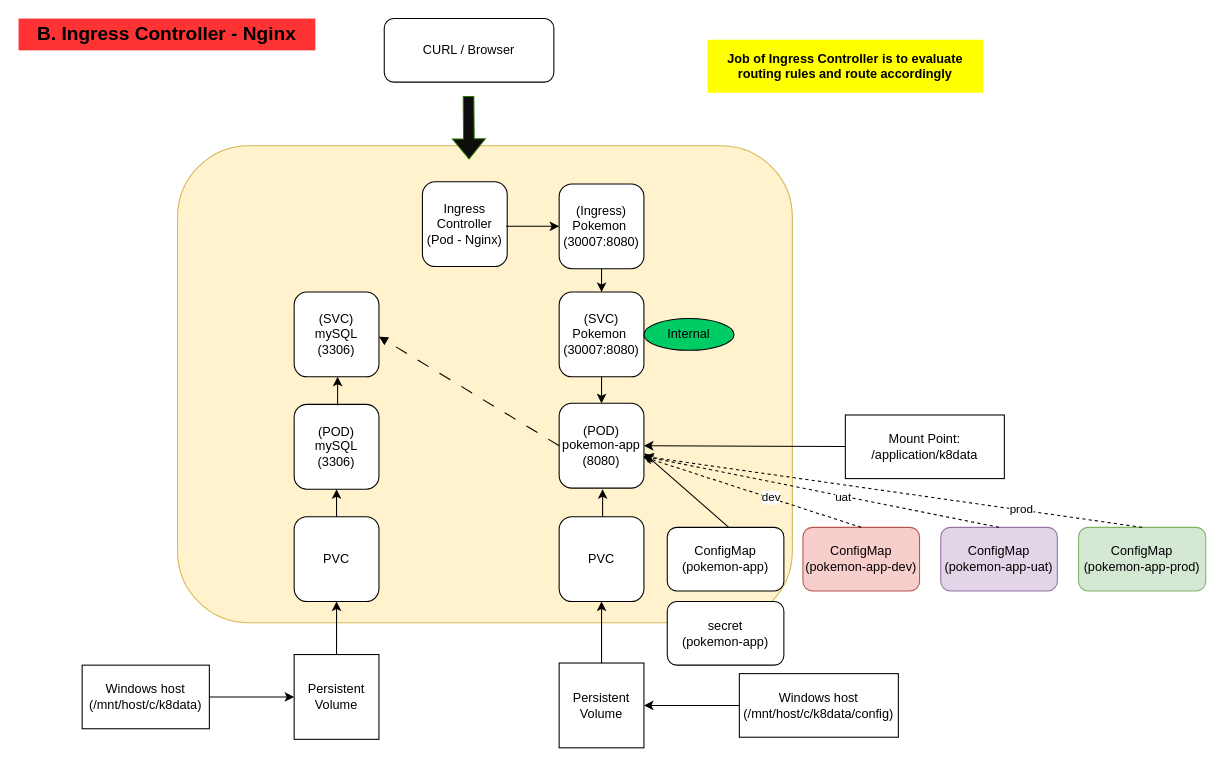
bourgamb/pokemon_album_service keeps this draw.io diagram as page "B. Ingress Resource" (2 of 2) of Untitled Diagram.drawio. Above is the earlier version. Source tidied: cells renumbered, new cells numbered last; positions are measured from the earlier drawing's top-left corner, leaving out a move shared by most shapes. Both pictures are drawn from the tidied source at 106%, with x=0, y=0 at pixel (18, 18).
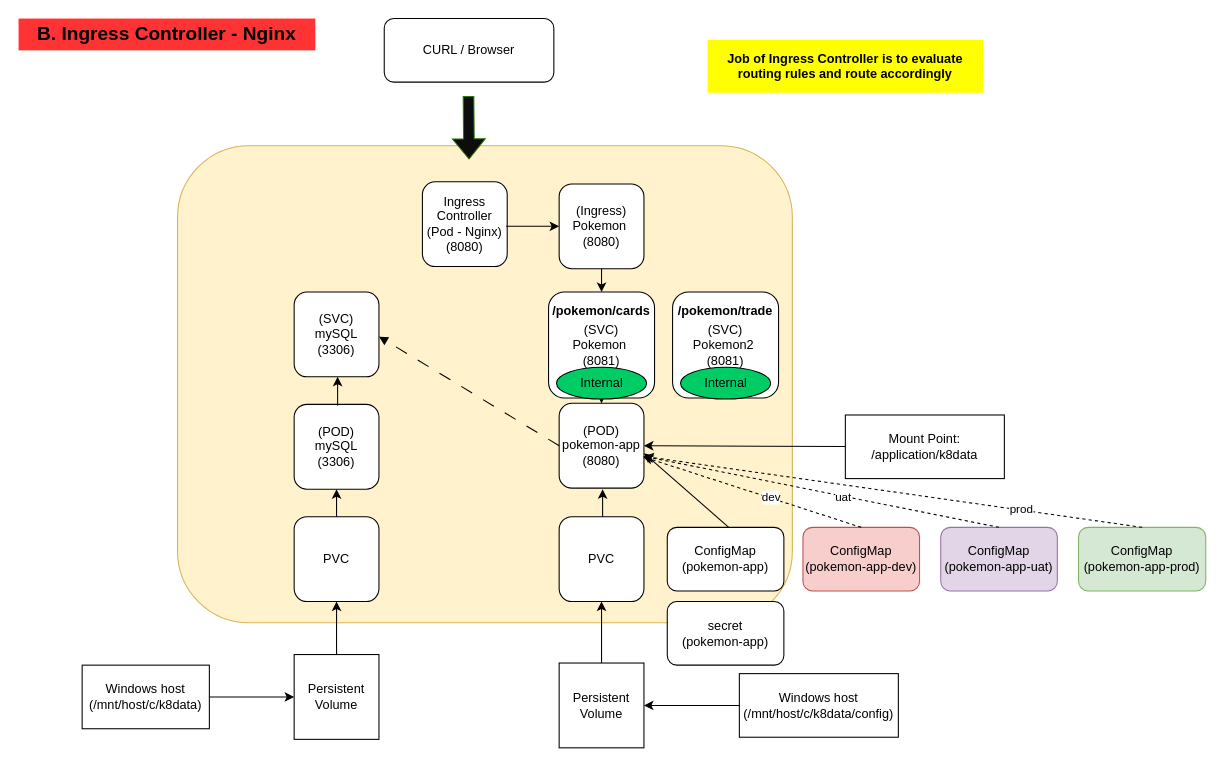
Above is the later version.

Unchanged cells that the change refers to:
```xml
<mxCell id="8" value="(POD)&lt;br&gt;pokemon-app&lt;br&gt;(8080)" style="whiteSpace=wrap;html=1;rounded=1;labelBackgroundColor=none;" parent="1" vertex="1">
  <mxGeometry x="510" y="363" width="80" height="80" as="geometry" />
</mxCell>
```

Diff of the diagram source:
```diff
@@
-    <mxCell id="9" value="(SVC)&lt;br&gt;Pokemon&amp;nbsp;&lt;br&gt;(30007:8080)" style="whiteSpace=wrap;html=1;rounded=1;labelBackgroundColor=none;" parent="1" vertex="1">
-      <mxGeometry x="510" y="258" width="80" height="80" as="geometry" />
+    <mxCell id="9" value="(SVC)&lt;br&gt;Pokemon&amp;nbsp;&lt;br&gt;(8081)" style="whiteSpace=wrap;html=1;rounded=1;labelBackgroundColor=none;" parent="1" vertex="1">
+      <mxGeometry x="500" y="258" width="100" height="100" as="geometry" />
     </mxCell>
@@
-    <mxCell id="17" style="endArrow=classic;html=1;rounded=0;exitX=0.5;exitY=1;exitDx=0;exitDy=0;entryX=0.5;entryY=0;entryDx=0;entryDy=0;" parent="1" edge="1" source="9" target="8">
+    <mxCell id="17" style="endArrow=classic;html=1;rounded=0;exitX=0.5;exitY=1;exitDx=0;exitDy=0;entryX=0.5;entryY=0;entryDx=0;entryDy=0;" parent="1" edge="1" source="41" target="8">
       <mxGeometry relative="1" as="geometry" />
     </mxCell>
@@
-    <mxCell id="39" value="(Ingress)&lt;br&gt;Pokemon&amp;nbsp;&lt;br&gt;(30007:8080)" style="whiteSpace=wrap;html=1;rounded=1;labelBackgroundColor=none;" parent="1" vertex="1">
+    <mxCell id="39" value="(Ingress)&lt;br&gt;Pokemon&amp;nbsp;&lt;br&gt;(8080)" style="whiteSpace=wrap;html=1;rounded=1;labelBackgroundColor=none;" parent="1" vertex="1">
       <mxGeometry x="510" y="156" width="80" height="80" as="geometry" />
     </mxCell>
@@
-    <mxCell id="41" value="Internal" style="ellipse;whiteSpace=wrap;html=1;fillColor=#00CC66;" parent="1" vertex="1">
-      <mxGeometry x="590" y="283" width="85" height="30" as="geometry" />
-    </mxCell>
-    <mxCell id="42" value="Ingress&lt;br&gt;Controller&lt;br&gt;(Pod - Nginx)" style="whiteSpace=wrap;html=1;rounded=1;labelBackgroundColor=none;" parent="1" vertex="1">
+    <mxCell id="42" value="Ingress&lt;br&gt;Controller&lt;br&gt;(Pod - Nginx)&lt;br&gt;(8080)" style="whiteSpace=wrap;html=1;rounded=1;labelBackgroundColor=none;" parent="1" vertex="1">
       <mxGeometry x="381" y="154" width="80" height="80" as="geometry" />
     </mxCell>
@@
+    <mxCell id="45" style="endArrow=classic;html=1;rounded=0;exitX=0.5;exitY=1;exitDx=0;exitDy=0;entryX=0.5;entryY=0;entryDx=0;entryDy=0;" parent="1" edge="1" source="9" target="41">
+      <mxGeometry relative="1" as="geometry" />
+    </mxCell>
+    <mxCell id="41" value="Internal" style="ellipse;whiteSpace=wrap;html=1;fillColor=#00CC66;" parent="1" vertex="1">
+      <mxGeometry x="507.5" y="329" width="85" height="30" as="geometry" />
+    </mxCell>
+    <mxCell id="46" value="/pokemon/cards" style="text;html=1;strokeColor=none;fillColor=none;align=center;verticalAlign=middle;whiteSpace=wrap;rounded=0;fontStyle=1;" parent="1" vertex="1">
+      <mxGeometry x="500" y="261" width="100" height="30" as="geometry" />
+    </mxCell>
+    <mxCell id="47" value="(SVC)&lt;br&gt;Pokemon2&amp;nbsp;&lt;br&gt;(8081)" style="whiteSpace=wrap;html=1;rounded=1;labelBackgroundColor=none;" parent="1" vertex="1">
+      <mxGeometry x="617" y="258" width="100" height="100" as="geometry" />
+    </mxCell>
+    <mxCell id="48" style="endArrow=classic;html=1;rounded=0;exitX=0.5;exitY=1;exitDx=0;exitDy=0;entryX=0.5;entryY=0;entryDx=0;entryDy=0;" parent="1" edge="1" source="47" target="49">
+      <mxGeometry relative="1" as="geometry" />
+    </mxCell>
+    <mxCell id="49" value="Internal" style="ellipse;whiteSpace=wrap;html=1;fillColor=#00CC66;" parent="1" vertex="1">
+      <mxGeometry x="624.5" y="329" width="85" height="30" as="geometry" />
+    </mxCell>
+    <mxCell id="50" value="/pokemon/trade" style="text;html=1;strokeColor=none;fillColor=none;align=center;verticalAlign=middle;whiteSpace=wrap;rounded=0;fontStyle=1;" parent="1" vertex="1">
+      <mxGeometry x="617" y="261" width="100" height="30" as="geometry" />
+    </mxCell>
```
